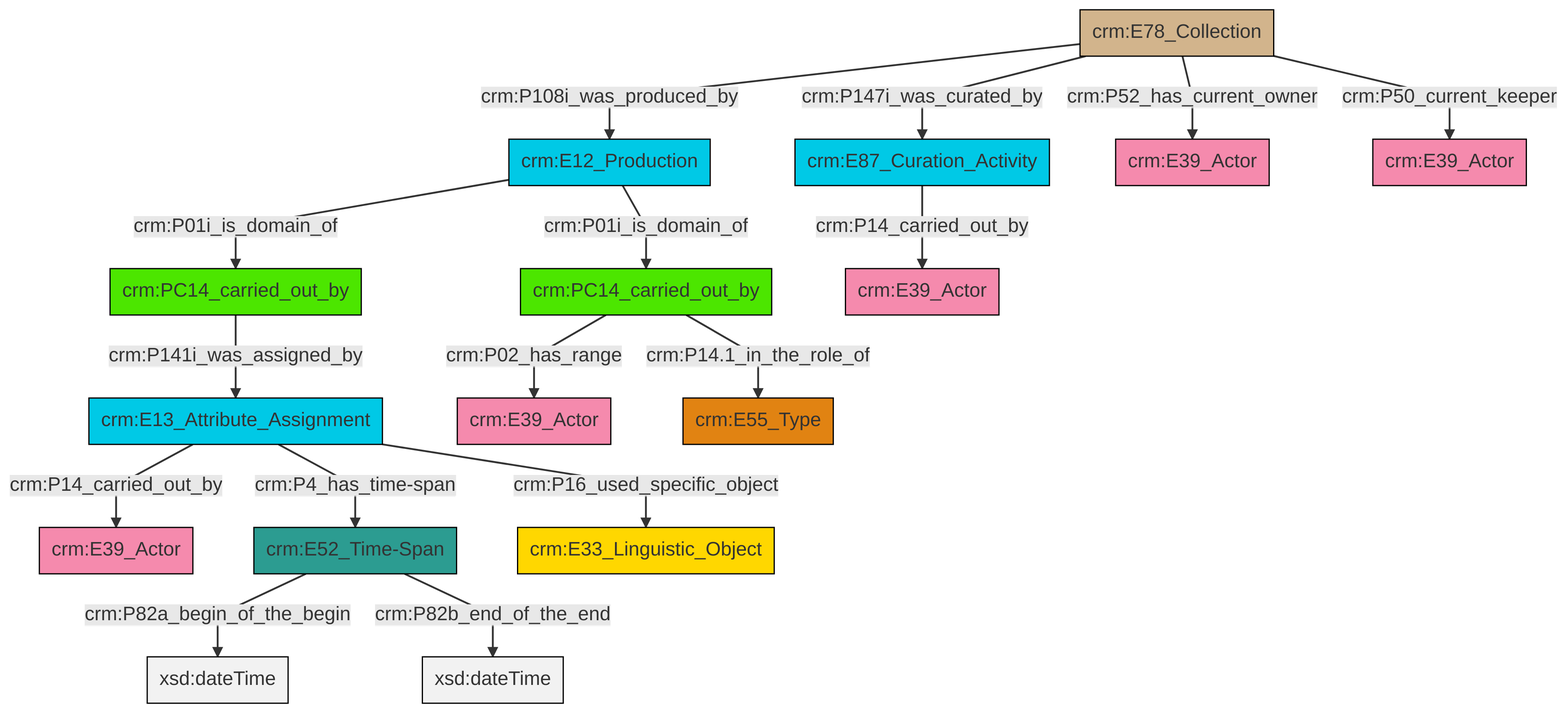
swiss-art-research-net/docs.swissartresearch keeps this Mermaid diagram as et/archivalCSV/ttl/mmd/png/archival_relation.png. Above is the earlier version. Its source is kept beside it as et/archivalCSV/ttl/mmd/archival_relation.ttl.mmd.
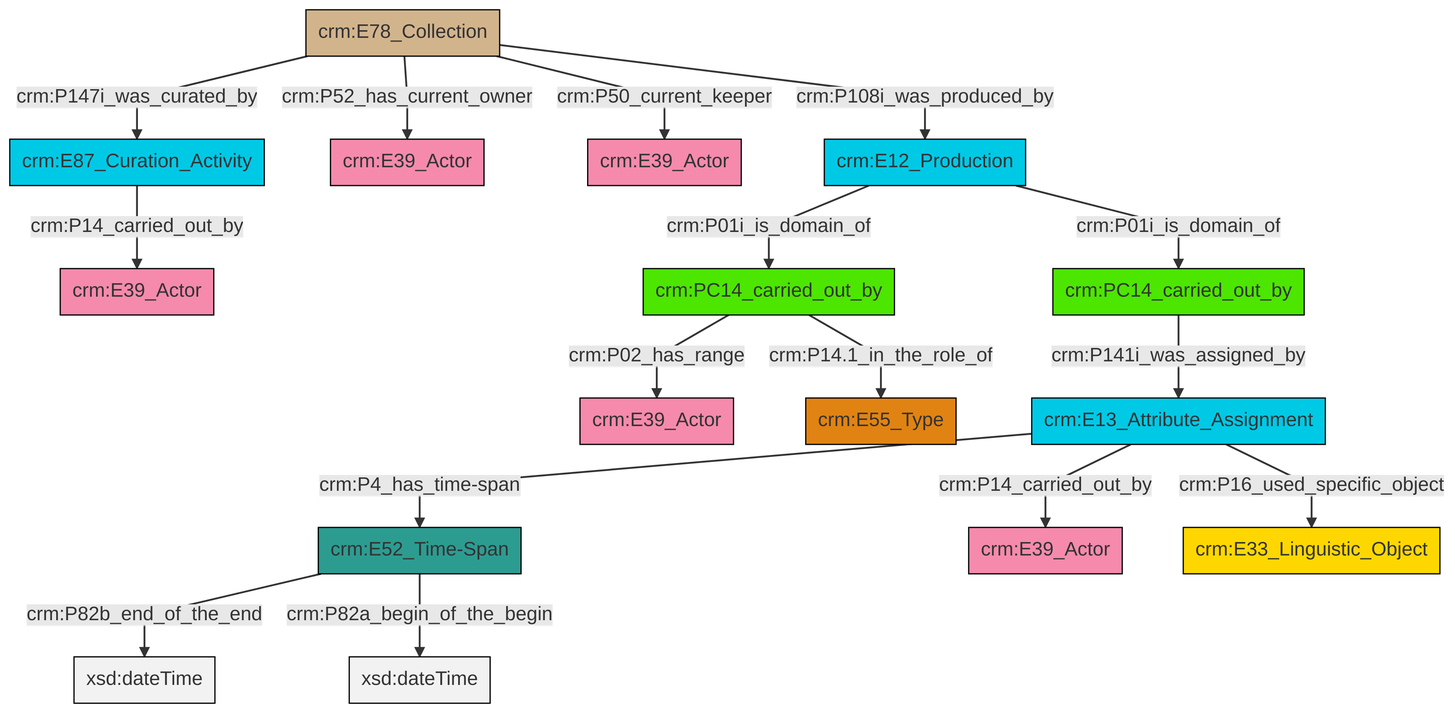
The same diagram one commit later.

Diff of the diagram source:
```diff
@@ -13,18 +13,18 @@
 classDef PC_Classes fill:#4ce600, stroke:#000000;
 classDef Multi fill:#cccccc,stroke:#000000;
 
-4["crm:E78_Collection"]:::Physical_Thing -->|crm:P108i_was_produced_by| 5["crm:E12_Production"]:::Temporal_Entity
-2["crm:E13_Attribute_Assignment"]:::Temporal_Entity -->|crm:P14_carried_out_by| 8["crm:E39_Actor"]:::Actor
-4["crm:E78_Collection"]:::Physical_Thing -->|crm:P147i_was_curated_by| 6["crm:E87_Curation_Activity"]:::Temporal_Entity
-2["crm:E13_Attribute_Assignment"]:::Temporal_Entity -->|crm:P4_has_time-span| 11["crm:E52_Time-Span"]:::Time-Span
-5["crm:E12_Production"]:::Temporal_Entity -->|crm:P01i_is_domain_of| 15["crm:PC14_carried_out_by"]:::PC_Classes
-4["crm:E78_Collection"]:::Physical_Thing -->|crm:P52_has_current_owner| 20["crm:E39_Actor"]:::Actor
-11["crm:E52_Time-Span"]:::Time-Span -->|crm:P82a_begin_of_the_begin| 23[xsd:dateTime]:::Literal
-2["crm:E13_Attribute_Assignment"]:::Temporal_Entity -->|crm:P16_used_specific_object| 12["crm:E33_Linguistic_Object"]:::Conceptual_Object
-5["crm:E12_Production"]:::Temporal_Entity -->|crm:P01i_is_domain_of| 9["crm:PC14_carried_out_by"]:::PC_Classes
-9["crm:PC14_carried_out_by"]:::PC_Classes -->|crm:P02_has_range| 17["crm:E39_Actor"]:::Actor
-6["crm:E87_Curation_Activity"]:::Temporal_Entity -->|crm:P14_carried_out_by| 21["crm:E39_Actor"]:::Actor
-9["crm:PC14_carried_out_by"]:::PC_Classes -->|crm:P14.1_in_the_role_of| 0["crm:E55_Type"]:::Type
-4["crm:E78_Collection"]:::Physical_Thing -->|crm:P50_current_keeper| 26["crm:E39_Actor"]:::Actor
-15["crm:PC14_carried_out_by"]:::PC_Classes -->|crm:P141i_was_assigned_by| 2["crm:E13_Attribute_Assignment"]:::Temporal_Entity
-11["crm:E52_Time-Span"]:::Time-Span -->|crm:P82b_end_of_the_end| 29[xsd:dateTime]:::Literal
+2["crm:E52_Time-Span"]:::Time-Span -->|crm:P82b_end_of_the_end| 4[xsd:dateTime]:::Literal
+2["crm:E52_Time-Span"]:::Time-Span -->|crm:P82a_begin_of_the_begin| 9[xsd:dateTime]:::Literal
+5["crm:E78_Collection"]:::Physical_Thing -->|crm:P147i_was_curated_by| 12["crm:E87_Curation_Activity"]:::Temporal_Entity
+5["crm:E78_Collection"]:::Physical_Thing -->|crm:P52_has_current_owner| 10["crm:E39_Actor"]:::Actor
+13["crm:PC14_carried_out_by"]:::PC_Classes -->|crm:P141i_was_assigned_by| 15["crm:E13_Attribute_Assignment"]:::Temporal_Entity
+15["crm:E13_Attribute_Assignment"]:::Temporal_Entity -->|crm:P4_has_time-span| 2["crm:E52_Time-Span"]:::Time-Span
+5["crm:E78_Collection"]:::Physical_Thing -->|crm:P50_current_keeper| 0["crm:E39_Actor"]:::Actor
+12["crm:E87_Curation_Activity"]:::Temporal_Entity -->|crm:P14_carried_out_by| 16["crm:E39_Actor"]:::Actor
+19["crm:E12_Production"]:::Temporal_Entity -->|crm:P01i_is_domain_of| 20["crm:PC14_carried_out_by"]:::PC_Classes
+15["crm:E13_Attribute_Assignment"]:::Temporal_Entity -->|crm:P14_carried_out_by| 21["crm:E39_Actor"]:::Actor
+20["crm:PC14_carried_out_by"]:::PC_Classes -->|crm:P02_has_range| 22["crm:E39_Actor"]:::Actor
+19["crm:E12_Production"]:::Temporal_Entity -->|crm:P01i_is_domain_of| 13["crm:PC14_carried_out_by"]:::PC_Classes
+15["crm:E13_Attribute_Assignment"]:::Temporal_Entity -->|crm:P16_used_specific_object| 27["crm:E33_Linguistic_Object"]:::Conceptual_Object
+5["crm:E78_Collection"]:::Physical_Thing -->|crm:P108i_was_produced_by| 19["crm:E12_Production"]:::Temporal_Entity
+20["crm:PC14_carried_out_by"]:::PC_Classes -->|crm:P14.1_in_the_role_of| 7["crm:E55_Type"]:::Type
```
